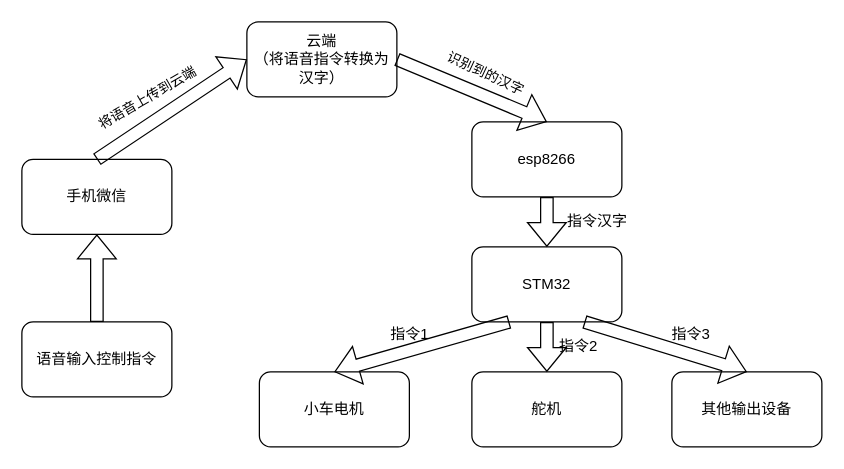
Before: reference/summery_for_huo/pictures/01-系统结构图.drawio in 1206138982/hello8, a draw.io diagram. Source tidied: cells renumbered, new cells numbered last; positions are measured from the earlier drawing's top-left corner, leaving out a move shared by most shapes. Both pictures are drawn from the tidied source at 125%, with x=0, y=0 at pixel (21, 21).
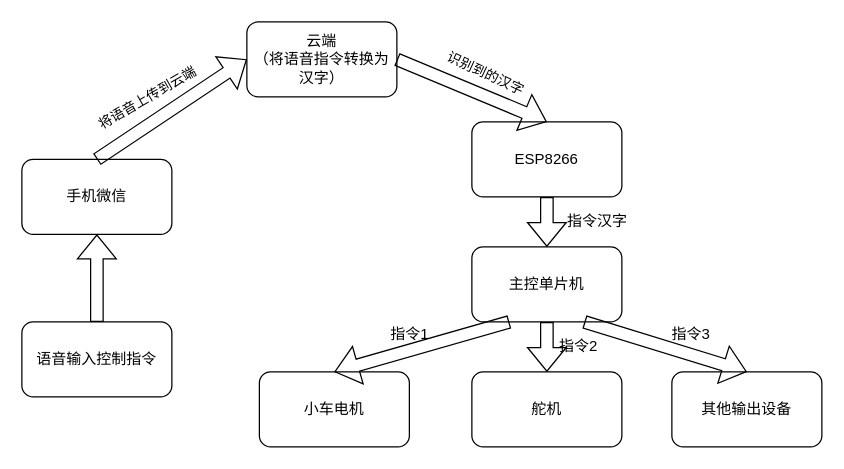
After the change.

Change to the diagram source:
```diff
@@
-    <mxCell id="4" value="esp8266" style="rounded=1;whiteSpace=wrap;html=1;" parent="1" vertex="1">
+    <mxCell id="4" value="ESP8266" style="rounded=1;whiteSpace=wrap;html=1;" parent="1" vertex="1">
       <mxGeometry x="360" y="80" width="120" height="60" as="geometry" />
     </mxCell>
-    <mxCell id="5" value="STM32" style="rounded=1;whiteSpace=wrap;html=1;" parent="1" vertex="1">
+    <mxCell id="5" value="主控单片机" style="rounded=1;whiteSpace=wrap;html=1;" parent="1" vertex="1">
       <mxGeometry x="360" y="180" width="120" height="60" as="geometry" />
     </mxCell>
```
